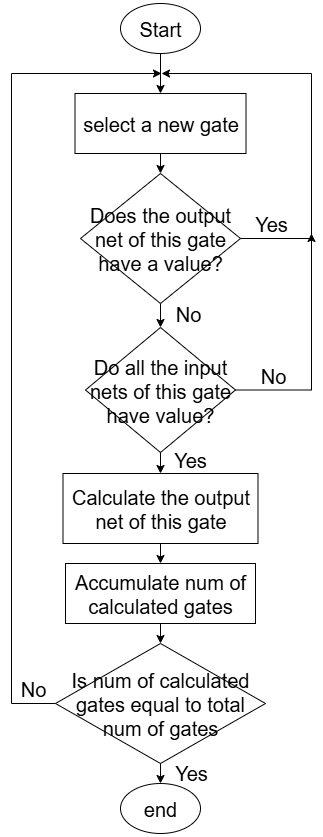
Earlier version of the draw.io export images/simulation_algorithm.png (1102131860/ECE6140). Source tidied: cells renumbered, new cells last; positions are measured from the earlier drawing's top-left corner, leaving out a move shared by most shapes.
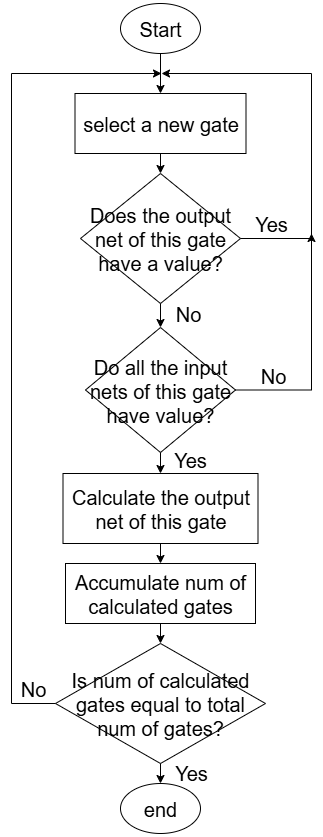
Later version of the same file.

Change to the diagram source:
```diff
@@ -20,7 +20,7 @@
     <mxCell id="7" value="Accumulate num of calculated gates" style="rounded=0;whiteSpace=wrap;html=1;fontSize=20;" parent="1" vertex="1">
       <mxGeometry x="62" y="560" width="190" height="60" as="geometry" />
     </mxCell>
-    <mxCell id="8" value="Is num of calculated gates equal to total num of gates" style="rhombus;whiteSpace=wrap;html=1;fontSize=20;" parent="1" vertex="1">
+    <mxCell id="8" value="Is num of calculated gates equal to total num of gates?" style="rhombus;whiteSpace=wrap;html=1;fontSize=20;" parent="1" vertex="1">
       <mxGeometry x="52" y="640" width="210" height="120" as="geometry" />
     </mxCell>
     <mxCell id="9" value="end" style="ellipse;whiteSpace=wrap;html=1;fontSize=20;" parent="1" vertex="1">
```
